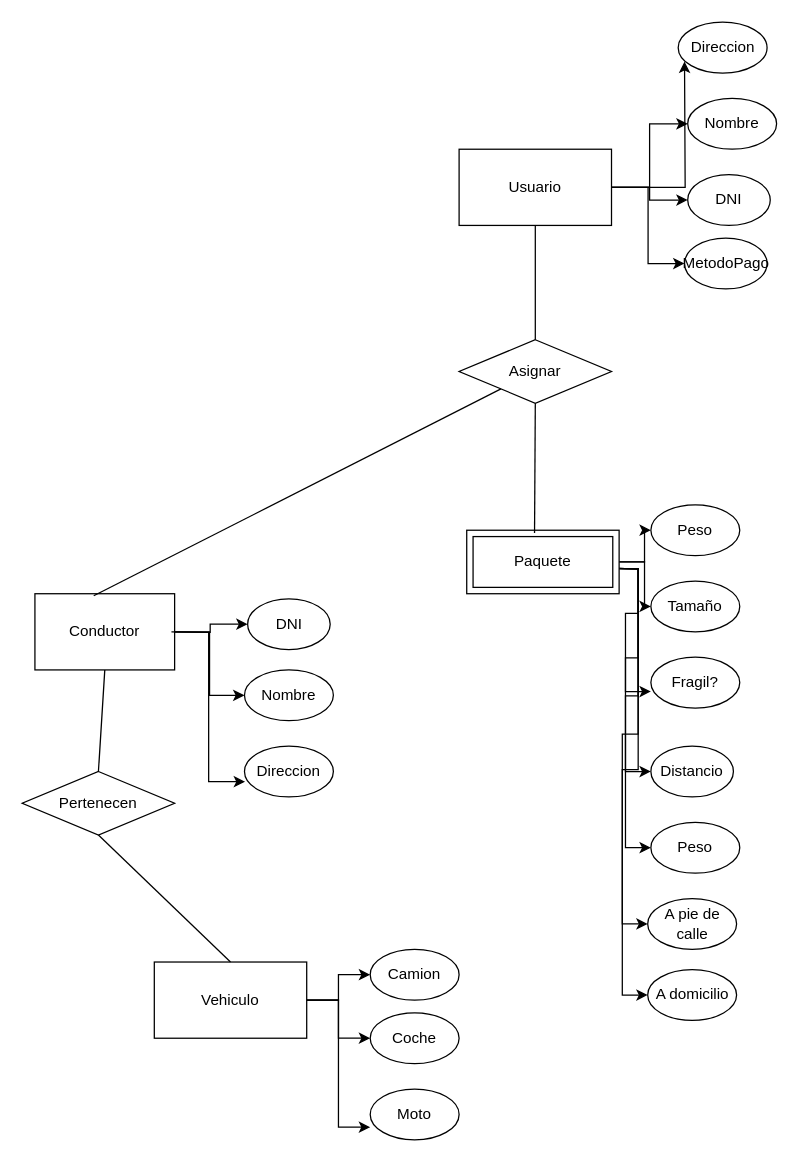
aetior/bd keeps this draw.io diagram as page "Página-2" (2 of 3) of Diagrama sin título.drawio. Above is the earlier version. Source tidied: cells renumbered, new cells numbered last; positions are measured from the earlier drawing's top-left corner, leaving out a move shared by most shapes. Both pictures are drawn from the tidied source at 127%, with x=0, y=0 at pixel (22, 22).
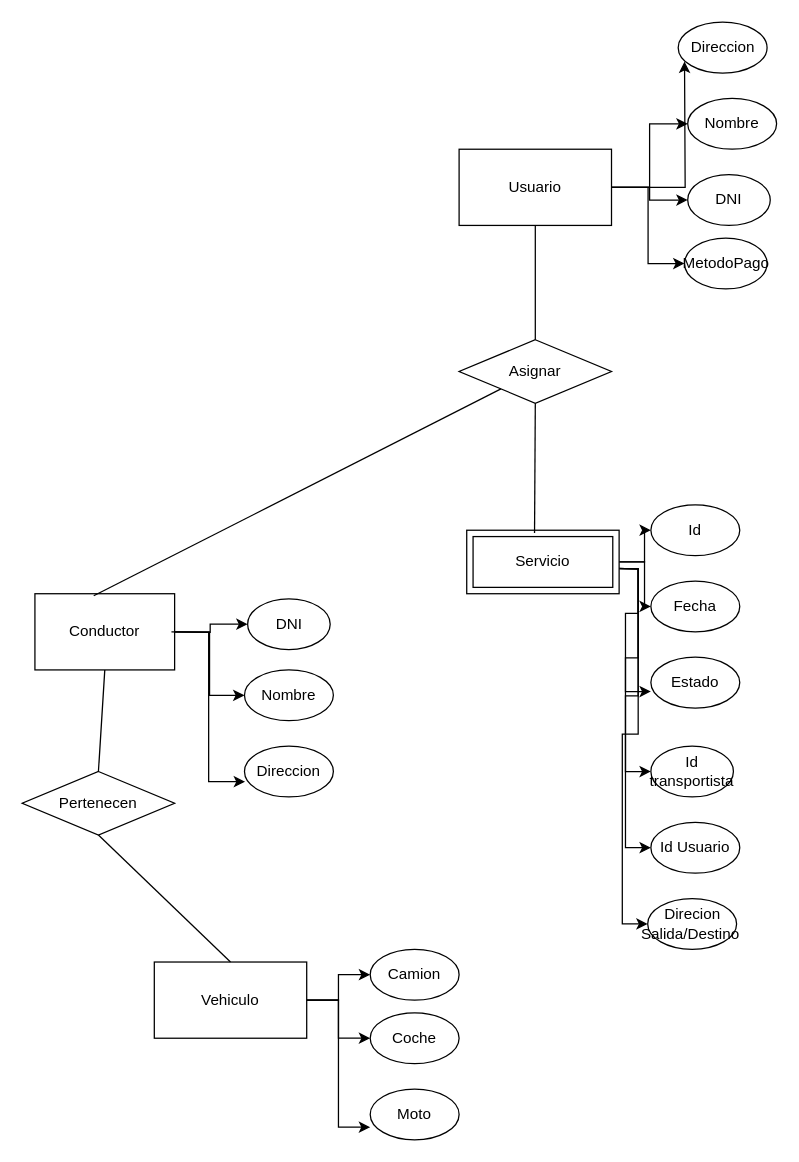
Above is the later version.

Change to the diagram source:
```diff
@@
-    <mxCell id="10" style="edgeStyle=orthogonalEdgeStyle;rounded=0;jettySize=auto;html=1;entryX=0;entryY=0.5;entryDx=0;entryDy=0;" parent="1" edge="1" target="34">
-      <mxGeometry relative="1" as="geometry">
-        <mxPoint x="464" y="430" as="sourcePoint" />
-      </mxGeometry>
-    </mxCell>
@@
-    <mxCell id="28" value="Fragil?" style="ellipse;whiteSpace=wrap;html=1;" parent="1" vertex="1">
+    <mxCell id="28" value="Estado" style="ellipse;whiteSpace=wrap;html=1;" parent="1" vertex="1">
       <mxGeometry x="495" y="500" width="70" height="40" as="geometry" />
     </mxCell>
-    <mxCell id="29" value="Tamaño" style="ellipse;whiteSpace=wrap;html=1;" parent="1" vertex="1">
+    <mxCell id="29" value="Fecha" style="ellipse;whiteSpace=wrap;html=1;" parent="1" vertex="1">
       <mxGeometry x="495" y="440" width="70" height="40" as="geometry" />
     </mxCell>
-    <mxCell id="30" value="Peso" style="ellipse;whiteSpace=wrap;html=1;" parent="1" vertex="1">
+    <mxCell id="30" value="Id" style="ellipse;whiteSpace=wrap;html=1;" parent="1" vertex="1">
       <mxGeometry x="495" y="380" width="70" height="40" as="geometry" />
     </mxCell>
@@
-    <mxCell id="32" value="Distancio" style="ellipse;whiteSpace=wrap;html=1;" parent="1" vertex="1">
+    <mxCell id="32" value="Id transportista" style="ellipse;whiteSpace=wrap;html=1;" parent="1" vertex="1">
       <mxGeometry x="495" y="570" width="65" height="40" as="geometry" />
     </mxCell>
-    <mxCell id="33" value="Peso" style="ellipse;whiteSpace=wrap;html=1;" parent="1" vertex="1">
+    <mxCell id="33" value="Id Usuario" style="ellipse;whiteSpace=wrap;html=1;" parent="1" vertex="1">
       <mxGeometry x="495" y="630" width="70" height="40" as="geometry" />
     </mxCell>
-    <mxCell id="34" value="A domicilio" style="ellipse;whiteSpace=wrap;html=1;" parent="1" vertex="1">
-      <mxGeometry x="492.5" y="746" width="70" height="40" as="geometry" />
-    </mxCell>
-    <mxCell id="35" value="A pie de calle" style="ellipse;whiteSpace=wrap;html=1;" parent="1" vertex="1">
+    <mxCell id="35" value="Direcion Salida/Destino&amp;nbsp;" style="ellipse;whiteSpace=wrap;html=1;" parent="1" vertex="1">
       <mxGeometry x="492.5" y="690" width="70" height="40" as="geometry" />
     </mxCell>
@@
-    <mxCell id="40" value="Paquete" style="shape=ext;margin=3;double=1;whiteSpace=wrap;html=1;align=center;" parent="1" vertex="1">
+    <mxCell id="40" value="Servicio" style="shape=ext;margin=3;double=1;whiteSpace=wrap;html=1;align=center;" parent="1" vertex="1">
       <mxGeometry x="350" y="400" width="120" height="50" as="geometry" />
     </mxCell>
```
